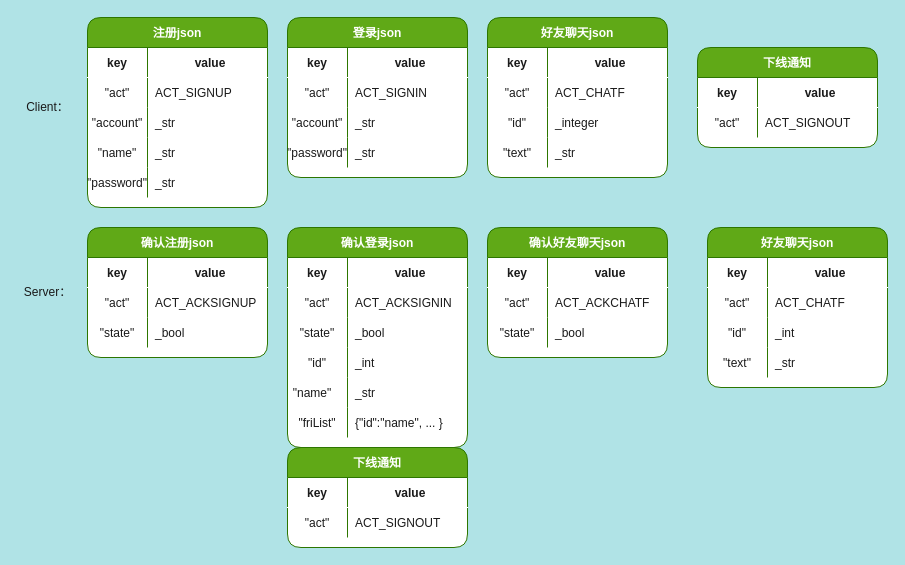
Earlier version of the draw.io diagram json约定.drawio (leo-zhang-git/Gchatpro-file). Source tidied: cells renumbered, new cells numbered last; positions are measured from the earlier drawing's top-left corner, leaving out a move shared by most shapes. Both pictures are drawn from the tidied source at 100%, with x=0, y=0 at pixel (17, 17).
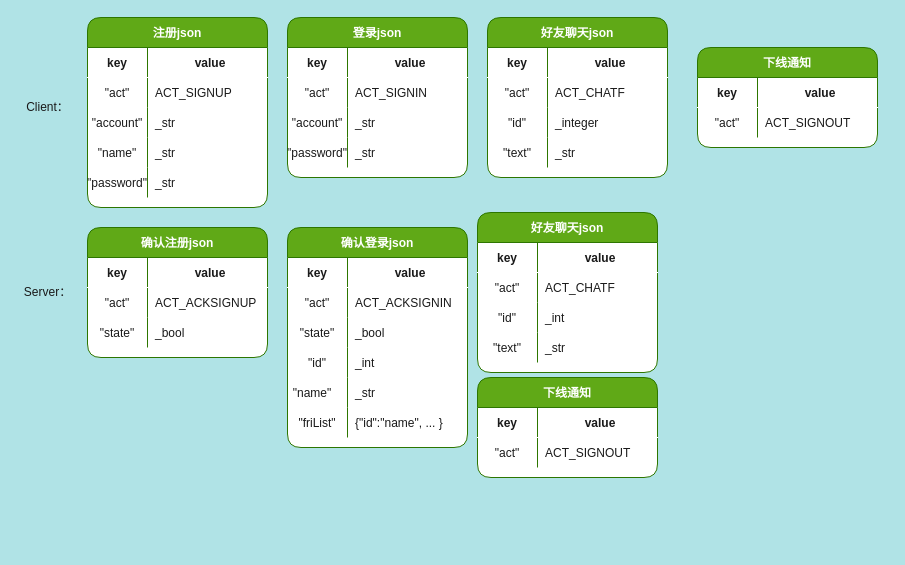
After the change.

The edit, as a diff of the source:
```diff
@@
-    <mxCell id="75" value="确认好友聊天json" style="shape=table;startSize=30;childLayout=tableLayout;rowLines=0;fontStyle=1;align=center;rounded=1;shadow=0;fillColor=#60a917;strokeColor=#2D7600;fontColor=#ffffff;flipH=1;flipV=0;swimlaneFillColor=default;" parent="1" vertex="1">
-      <mxGeometry x="470" y="210" width="180" height="130" as="geometry" />
-    </mxCell>
-    <mxCell id="76" style="shape=tableRow;horizontal=0;startSize=0;swimlaneHead=0;swimlaneBody=0;fillColor=none;top=0;left=0;right=0;bottom=1;rounded=1;shadow=0;fontColor=#1A1A1A;strokeColor=#FFFFFF;" parent="75" vertex="1">
-      <mxGeometry y="30" width="180" height="30" as="geometry" />
-    </mxCell>
-    <mxCell id="77" value="key" style="shape=partialRectangle;fillColor=none;top=0;left=0;bottom=0;right=0;fontStyle=1;overflow=hidden;rounded=1;shadow=0;fontColor=#1A1A1A;strokeColor=#FFFFFF;" parent="76" vertex="1">
-      <mxGeometry width="60" height="30" as="geometry" />
-    </mxCell>
-    <mxCell id="78" value="value" style="shape=partialRectangle;fillColor=none;top=0;left=0;bottom=0;right=0;align=center;spacingLeft=6;fontStyle=1;overflow=hidden;rounded=1;shadow=0;fontColor=#1A1A1A;strokeColor=#66FF66;verticalAlign=middle;" parent="76" vertex="1">
-      <mxGeometry x="60" width="120" height="30" as="geometry" />
-    </mxCell>
-    <mxCell id="79" style="shape=tableRow;horizontal=0;startSize=0;swimlaneHead=0;swimlaneBody=0;fillColor=none;top=0;left=0;right=0;bottom=0;rounded=1;shadow=0;fontColor=#1A1A1A;strokeColor=#FFFFFF;" parent="75" vertex="1">
-      <mxGeometry y="60" width="180" height="30" as="geometry" />
-    </mxCell>
-    <mxCell id="80" value="&quot;act&quot;" style="shape=partialRectangle;fillColor=none;top=0;left=0;bottom=0;right=0;overflow=hidden;rounded=1;shadow=0;fontColor=#1A1A1A;strokeColor=#FFFFFF;" parent="79" vertex="1">
-      <mxGeometry width="60" height="30" as="geometry" />
-    </mxCell>
-    <mxCell id="81" value="ACT_ACKCHATF" style="shape=partialRectangle;fillColor=none;top=0;left=0;bottom=0;right=0;align=left;spacingLeft=6;overflow=hidden;rounded=1;shadow=0;fontColor=#1A1A1A;strokeColor=#FFFFFF;" parent="79" vertex="1">
-      <mxGeometry x="60" width="120" height="30" as="geometry" />
-    </mxCell>
-    <mxCell id="82" style="shape=tableRow;horizontal=0;startSize=0;swimlaneHead=0;swimlaneBody=0;fillColor=none;top=0;left=0;right=0;bottom=0;rounded=1;shadow=0;fontColor=#1A1A1A;strokeColor=#FFFFFF;" parent="75" vertex="1">
-      <mxGeometry y="90" width="180" height="30" as="geometry" />
-    </mxCell>
-    <mxCell id="83" value="&quot;state&quot;" style="shape=partialRectangle;fillColor=none;top=0;left=0;bottom=0;right=0;overflow=hidden;rounded=1;shadow=0;fontColor=#1A1A1A;strokeColor=#FFFFFF;" parent="82" vertex="1">
-      <mxGeometry width="60" height="30" as="geometry" />
-    </mxCell>
-    <mxCell id="84" value="_bool" style="shape=partialRectangle;fillColor=none;top=0;left=0;bottom=0;right=0;align=left;spacingLeft=6;overflow=hidden;rounded=1;shadow=0;fontColor=#1A1A1A;strokeColor=#FFFFFF;" parent="82" vertex="1">
-      <mxGeometry x="60" width="120" height="30" as="geometry" />
-    </mxCell>
     <mxCell id="85" value="好友聊天json" style="shape=table;startSize=30;childLayout=tableLayout;rowLines=0;fontStyle=1;align=center;rounded=1;shadow=0;fillColor=#60a917;strokeColor=#2D7600;fontColor=#ffffff;flipH=1;flipV=0;gradientColor=none;swimlaneFillColor=default;" parent="1" vertex="1">
-      <mxGeometry x="690" y="210" width="180" height="160" as="geometry" />
+      <mxGeometry x="460" y="195" width="180" height="160" as="geometry" />
     </mxCell>
@@
     <mxCell id="98" value="下线通知" style="shape=table;startSize=30;childLayout=tableLayout;rowLines=0;fontStyle=1;align=center;rounded=1;shadow=0;fillColor=#60a917;strokeColor=#2D7600;fontColor=#ffffff;flipH=1;flipV=0;swimlaneFillColor=default;" parent="1" vertex="1">
-      <mxGeometry x="270" y="430" width="180" height="100" as="geometry" />
+      <mxGeometry x="460" y="360" width="180" height="100" as="geometry" />
     </mxCell>
```
